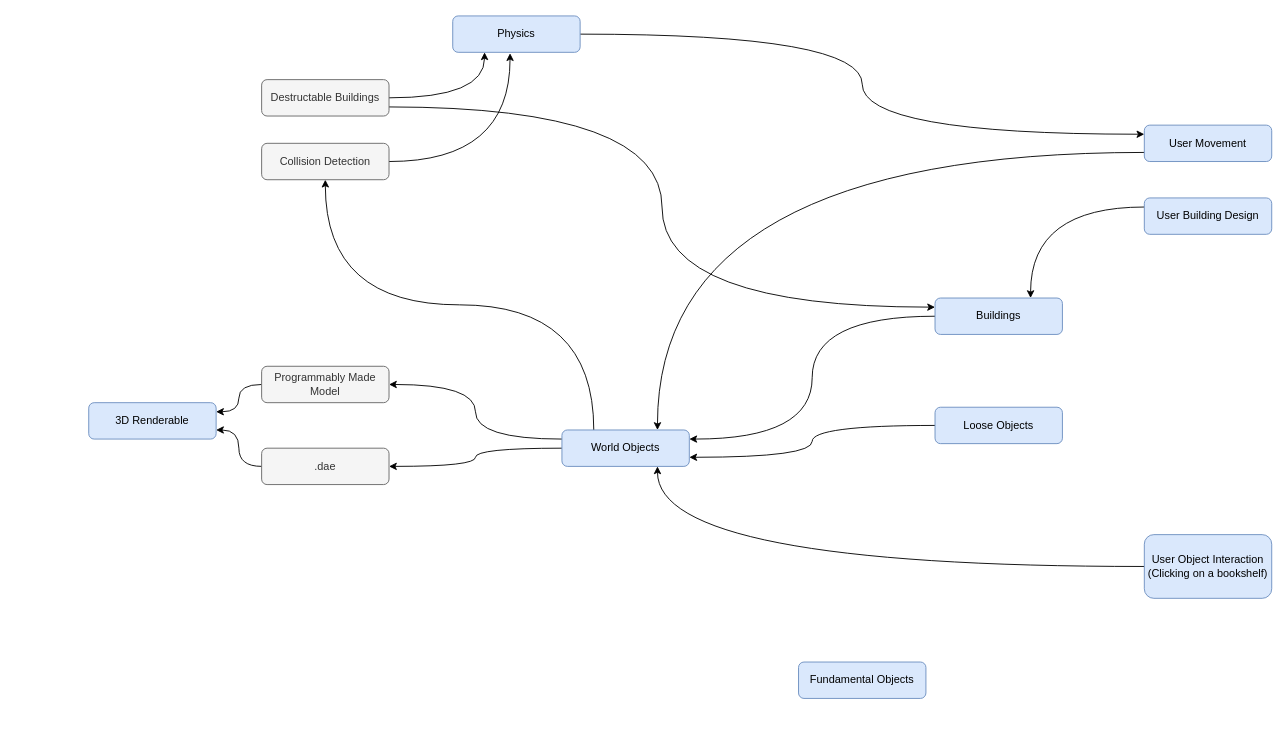
Before: fobject.drawio in jsarasin/zombie_diagram, a draw.io diagram. Source tidied: cells renumbered, new cells numbered last; positions are measured from the earlier drawing's top-left corner, leaving out a move shared by most shapes. Both pictures are drawn from the tidied source at 91%, with x=0, y=0 at pixel (88, 15).
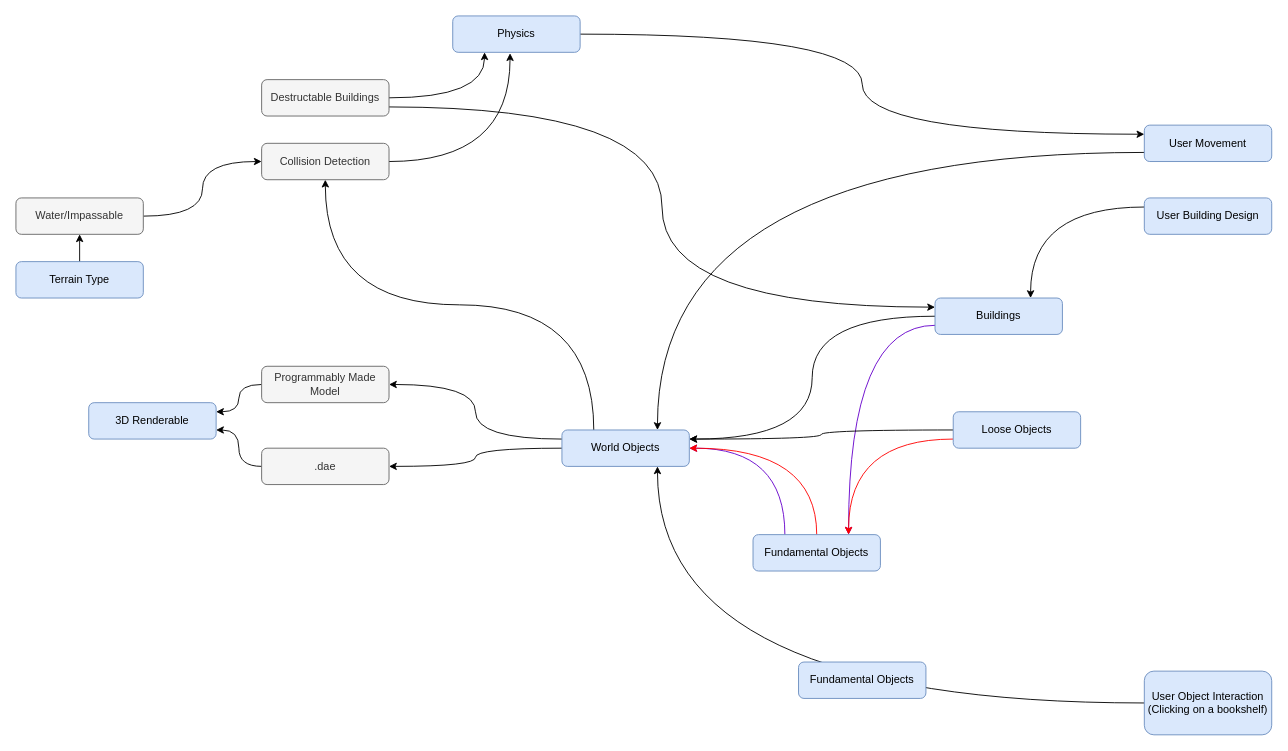
The same diagram, later.

The change refers to these unchanged cells:
```xml
<mxCell id="8" value="Collision Detection" style="rounded=1;whiteSpace=wrap;html=1;fillColor=#f5f5f5;strokeColor=#666666;fontColor=#333333;" parent="1" vertex="1">
  <mxGeometry x="190" y="140" width="140" height="40" as="geometry" />
</mxCell>
<mxCell id="16" value="Buildings" style="rounded=1;whiteSpace=wrap;html=1;fillColor=#dae8fc;strokeColor=#6c8ebf;" parent="1" vertex="1">
  <mxGeometry x="930" y="310" width="140" height="40" as="geometry" />
</mxCell>
<mxCell id="22" value="World Objects" style="rounded=1;whiteSpace=wrap;html=1;fillColor=#dae8fc;strokeColor=#6c8ebf;" parent="1" vertex="1">
  <mxGeometry x="520" y="455" width="140" height="40" as="geometry" />
</mxCell>
```

What changed in the source:
```diff
@@
     <mxCell id="14" value="&lt;div&gt;User Object Interaction&lt;/div&gt;&lt;div&gt;(Clicking on a bookshelf)&lt;br&gt;&lt;/div&gt;" style="rounded=1;whiteSpace=wrap;html=1;fillColor=#dae8fc;strokeColor=#6c8ebf;" parent="1" vertex="1">
-      <mxGeometry x="1160" y="570" width="140" height="70" as="geometry" />
+      <mxGeometry x="1160" y="720" width="140" height="70" as="geometry" />
     </mxCell>
-    <mxCell id="15" style="edgeStyle=orthogonalEdgeStyle;jettySize=auto;html=1;exitX=0;exitY=0.5;exitDx=0;exitDy=0;entryX=1;entryY=0.25;entryDx=0;entryDy=0;curved=1;" parent="1" edge="1" source="16" target="22">
+    <mxCell id="15" style="edgeStyle=orthogonalEdgeStyle;jettySize=auto;html=1;exitX=0;exitY=0.75;exitDx=0;exitDy=0;entryX=0.75;entryY=0;entryDx=0;entryDy=0;curved=1;strokeColor=#6600CC;" parent="1" edge="1" source="16" target="37">
       <mxGeometry relative="1" as="geometry" />
     </mxCell>
+    <mxCell id="29" style="edgeStyle=orthogonalEdgeStyle;curved=1;jettySize=auto;html=1;exitX=0;exitY=0.5;exitDx=0;exitDy=0;entryX=1;entryY=0.25;entryDx=0;entryDy=0;" parent="1" edge="1" source="16" target="22">
+      <mxGeometry relative="1" as="geometry" />
+    </mxCell>
@@
-    <mxCell id="17" style="edgeStyle=orthogonalEdgeStyle;jettySize=auto;html=1;exitX=0;exitY=0.5;exitDx=0;exitDy=0;entryX=1;entryY=0.75;entryDx=0;entryDy=0;curved=1;" parent="1" edge="1" source="18" target="22">
+    <mxCell id="17" style="edgeStyle=orthogonalEdgeStyle;jettySize=auto;html=1;exitX=0;exitY=0.75;exitDx=0;exitDy=0;entryX=0.75;entryY=0;entryDx=0;entryDy=0;curved=1;strokeColor=#FF0000;" parent="1" edge="1" source="18" target="37">
       <mxGeometry relative="1" as="geometry" />
     </mxCell>
+    <mxCell id="30" style="edgeStyle=orthogonalEdgeStyle;curved=1;jettySize=auto;html=1;exitX=0;exitY=0.5;exitDx=0;exitDy=0;entryX=1;entryY=0.25;entryDx=0;entryDy=0;" parent="1" edge="1" source="18" target="22">
+      <mxGeometry relative="1" as="geometry" />
+    </mxCell>
     <mxCell id="18" value="&lt;div&gt;Loose Objects&lt;/div&gt;" style="rounded=1;whiteSpace=wrap;html=1;fillColor=#dae8fc;strokeColor=#6c8ebf;" parent="1" vertex="1">
-      <mxGeometry x="930" y="430" width="140" height="40" as="geometry" />
+      <mxGeometry x="950" y="435" width="140" height="40" as="geometry" />
     </mxCell>
@@
+    <mxCell id="31" style="edgeStyle=orthogonalEdgeStyle;rounded=0;jettySize=auto;html=1;exitX=0.5;exitY=0;exitDx=0;exitDy=0;entryX=0.5;entryY=1;entryDx=0;entryDy=0;" parent="1" edge="1" source="32" target="34">
+      <mxGeometry relative="1" as="geometry" />
+    </mxCell>
+    <mxCell id="32" value="Terrain Type" style="rounded=1;whiteSpace=wrap;html=1;fillColor=#dae8fc;strokeColor=#6c8ebf;" parent="1" vertex="1">
+      <mxGeometry x="-80" y="270" width="140" height="40" as="geometry" />
+    </mxCell>
+    <mxCell id="33" style="edgeStyle=orthogonalEdgeStyle;jettySize=auto;html=1;exitX=1;exitY=0.5;exitDx=0;exitDy=0;entryX=0;entryY=0.5;entryDx=0;entryDy=0;curved=1;" parent="1" edge="1" source="34" target="8">
+      <mxGeometry relative="1" as="geometry" />
+    </mxCell>
+    <mxCell id="34" value="Water/Impassable" style="rounded=1;whiteSpace=wrap;html=1;fillColor=#f5f5f5;strokeColor=#666666;fontColor=#333333;" parent="1" vertex="1">
+      <mxGeometry x="-80" y="200" width="140" height="40" as="geometry" />
+    </mxCell>
+    <mxCell id="35" style="edgeStyle=orthogonalEdgeStyle;curved=1;jettySize=auto;html=1;exitX=0.25;exitY=0;exitDx=0;exitDy=0;entryX=1;entryY=0.5;entryDx=0;entryDy=0;strokeColor=#6600CC;" parent="1" edge="1" source="37" target="22">
+      <mxGeometry relative="1" as="geometry" />
+    </mxCell>
+    <mxCell id="36" style="edgeStyle=orthogonalEdgeStyle;curved=1;jettySize=auto;html=1;exitX=0.5;exitY=0;exitDx=0;exitDy=0;entryX=1;entryY=0.5;entryDx=0;entryDy=0;strokeColor=#FF0000;" parent="1" edge="1" source="37" target="22">
+      <mxGeometry relative="1" as="geometry" />
+    </mxCell>
+    <mxCell id="37" value="Fundamental Objects" style="rounded=1;whiteSpace=wrap;html=1;fillColor=#dae8fc;strokeColor=#6c8ebf;" parent="1" vertex="1">
+      <mxGeometry x="730" y="570" width="140" height="40" as="geometry" />
+    </mxCell>
```
